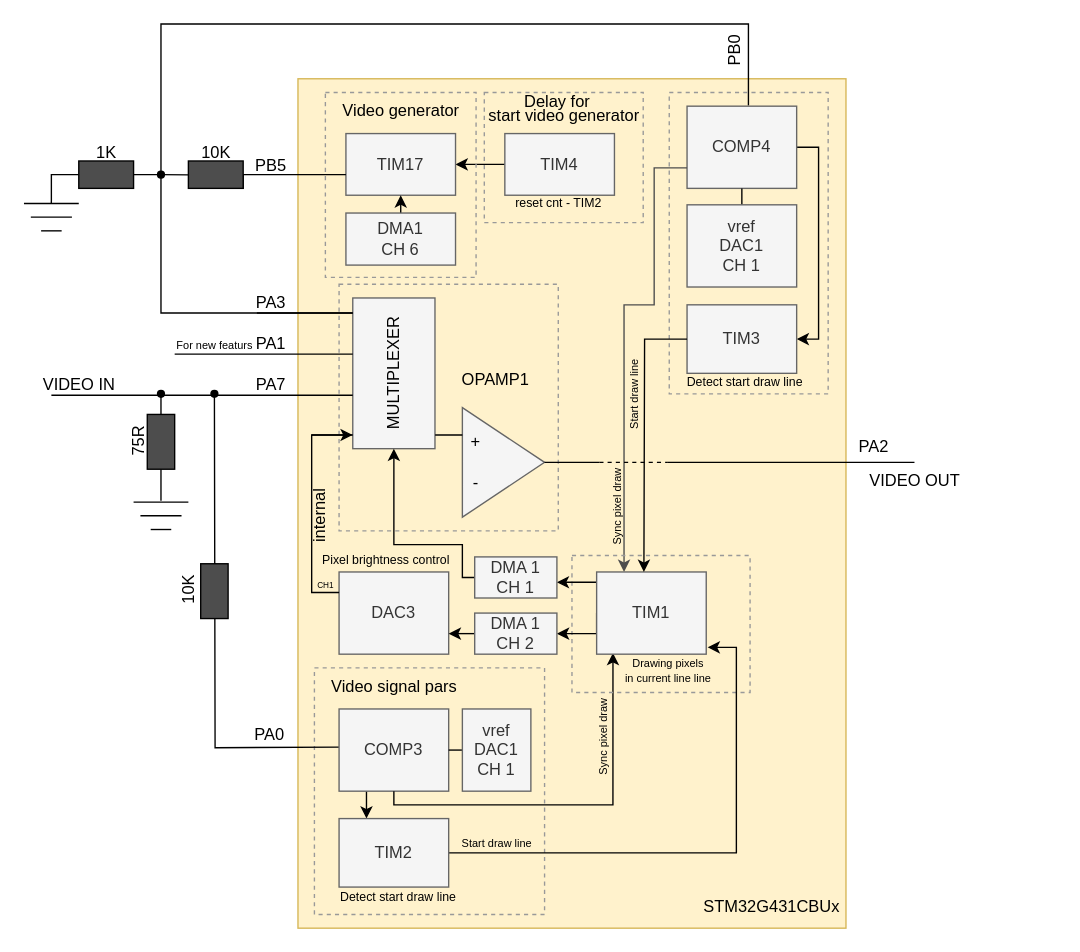
Earlier version of the draw.io diagram doc/OpenPixelOSD.drawio (kaizen75/OpenPixelOSD). Source tidied: cells renumbered, new cells numbered last; positions are measured from the earlier drawing's top-left corner, leaving out a move shared by most shapes. Both pictures are drawn from the tidied source at 137%, with x=0, y=0 at pixel (23, 23).
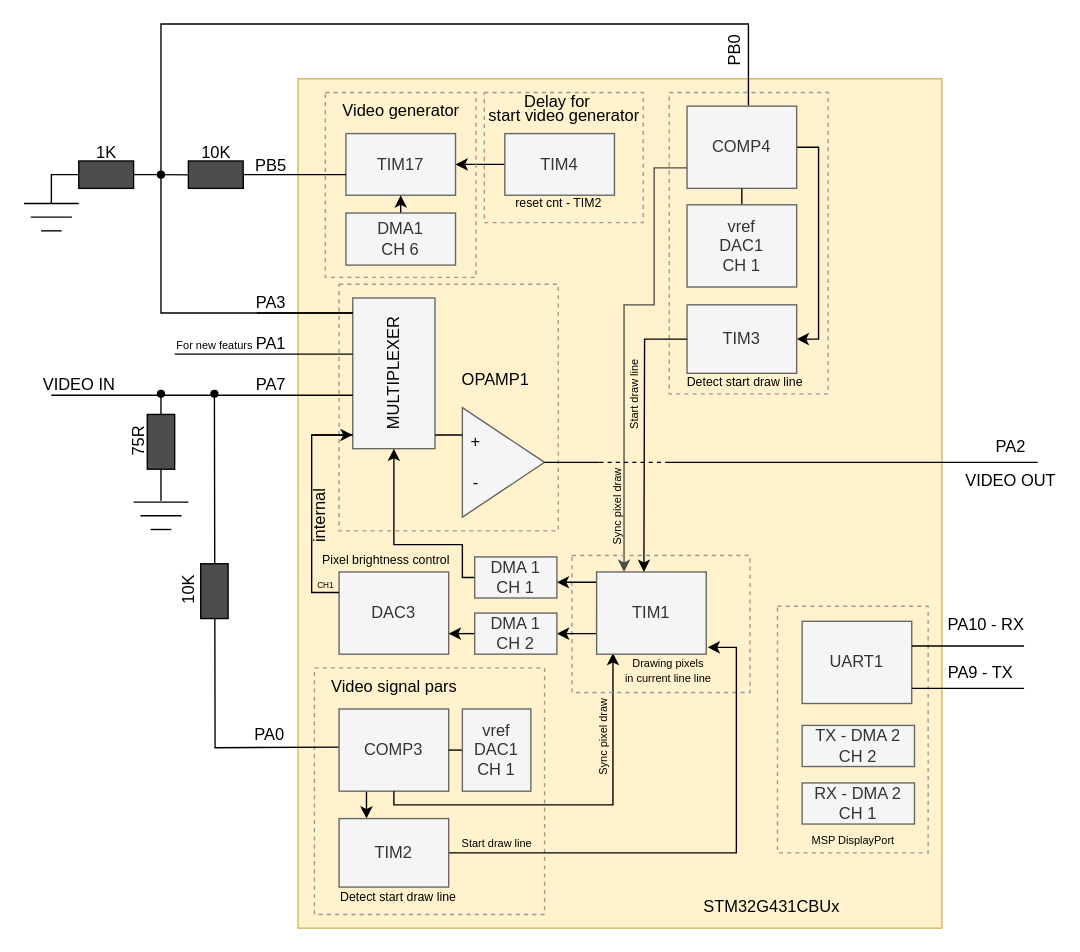
After the change.

The edit, as a diff of the source:
```diff
@@
     <mxCell id="2" style="rounded=0;whiteSpace=wrap;html=1;fillColor=#fff2cc;strokeColor=#d6b656;" parent="1" vertex="1">
-      <mxGeometry x="200" y="40" width="400" height="620" as="geometry" />
+      <mxGeometry x="200" y="40" width="470" height="620" as="geometry" />
     </mxCell>
@@
     <mxCell id="11" style="line;strokeWidth=1;html=1;fillColor=#000000;strokeColor=#000000;" parent="1" vertex="1">
-      <mxGeometry x="470" y="315" width="180" height="10" as="geometry" />
+      <mxGeometry x="470" y="315" width="270" height="10" as="geometry" />
     </mxCell>
     <mxCell id="12" value="&lt;font style=&quot;color: rgb(0, 0, 0); font-weight: normal; font-size: 12px;&quot;&gt;PA2&lt;/font&gt;" style="text;strokeColor=none;fillColor=none;html=1;fontSize=24;fontStyle=1;verticalAlign=middle;align=center;" parent="1" vertex="1">
-      <mxGeometry x="600" y="295" width="40" height="20" as="geometry" />
+      <mxGeometry x="700" y="295" width="40" height="20" as="geometry" />
     </mxCell>
@@
     <mxCell id="51" value="&lt;font style=&quot;color: rgb(0, 0, 0); font-weight: normal; font-size: 12px;&quot;&gt;VIDEO OUT&lt;/font&gt;" style="text;strokeColor=none;fillColor=none;html=1;fontSize=24;fontStyle=1;verticalAlign=middle;align=center;" parent="1" vertex="1">
-      <mxGeometry x="630" y="320" width="40" height="20" as="geometry" />
+      <mxGeometry x="700" y="320" width="40" height="20" as="geometry" />
     </mxCell>
@@
+    <mxCell id="103" style="rounded=0;whiteSpace=wrap;html=1;fillColor=none;strokeColor=#999999;dashed=1;" parent="1" vertex="1">
+      <mxGeometry x="550" y="425" width="110" height="180" as="geometry" />
+    </mxCell>
+    <mxCell id="104" value="UART1" style="rounded=0;whiteSpace=wrap;html=1;fillColor=#f5f5f5;fontColor=#333333;strokeColor=#666666;" parent="1" vertex="1">
+      <mxGeometry x="568" y="436" width="80" height="60" as="geometry" />
+    </mxCell>
+    <mxCell id="105" value="TX - DMA 2&lt;br&gt;CH 2" style="rounded=0;whiteSpace=wrap;html=1;fillColor=#f5f5f5;fontColor=#333333;strokeColor=#666666;" parent="1" vertex="1">
+      <mxGeometry x="568" y="512" width="82" height="30" as="geometry" />
+    </mxCell>
+    <mxCell id="106" value="RX - DMA 2&lt;br&gt;CH 1" style="rounded=0;whiteSpace=wrap;html=1;fillColor=#f5f5f5;fontColor=#333333;strokeColor=#666666;" parent="1" vertex="1">
+      <mxGeometry x="568" y="554" width="82" height="30" as="geometry" />
+    </mxCell>
+    <mxCell id="107" style="line;strokeWidth=1;html=1;fillColor=#000000;strokeColor=#000000;" parent="1" vertex="1">
+      <mxGeometry x="648" y="453" width="82" height="2" as="geometry" />
+    </mxCell>
+    <mxCell id="108" style="line;strokeWidth=1;html=1;fillColor=#000000;strokeColor=#000000;" parent="1" vertex="1">
+      <mxGeometry x="648" y="484" width="82" height="2" as="geometry" />
+    </mxCell>
+    <mxCell id="109" value="&lt;font style=&quot;color: rgb(0, 0, 0); font-weight: normal; font-size: 12px;&quot;&gt;PA10 - RX&lt;/font&gt;" style="text;strokeColor=none;fillColor=none;html=1;fontSize=24;fontStyle=1;verticalAlign=middle;align=center;" parent="1" vertex="1">
+      <mxGeometry x="682" y="425" width="40" height="20" as="geometry" />
+    </mxCell>
+    <mxCell id="110" value="&lt;font style=&quot;color: rgb(0, 0, 0); font-weight: normal; font-size: 12px;&quot;&gt;PA9 - TX&lt;/font&gt;" style="text;strokeColor=none;fillColor=none;html=1;fontSize=24;fontStyle=1;verticalAlign=middle;align=center;" parent="1" vertex="1">
+      <mxGeometry x="678" y="460" width="40" height="20" as="geometry" />
+    </mxCell>
+    <mxCell id="111" value="&lt;font style=&quot;font-size: 8px;&quot; color=&quot;#000000&quot;&gt;&lt;span style=&quot;font-weight: 400;&quot;&gt;MSP DisplayPort&lt;/span&gt;&lt;/font&gt;" style="text;strokeColor=none;fillColor=none;html=1;fontSize=24;fontStyle=1;verticalAlign=middle;align=center;rotation=0;" parent="1" vertex="1">
+      <mxGeometry x="572" y="577" width="66" height="28" as="geometry" />
+    </mxCell>
```
